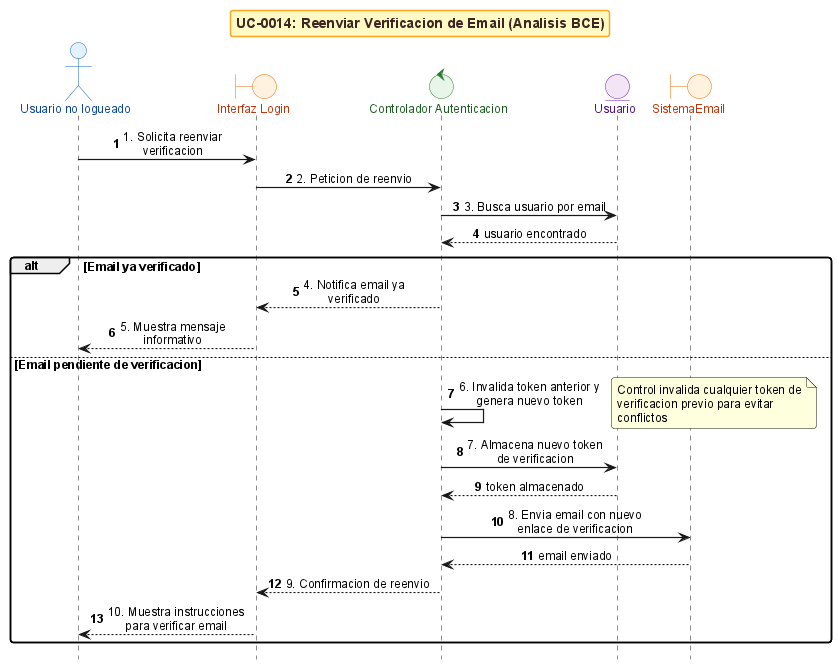
The PlantUML diagram anexos/diagramas/seq-bce-uc0014-resend-verification.png in ErDeivih/DocumentChain, before a commit.
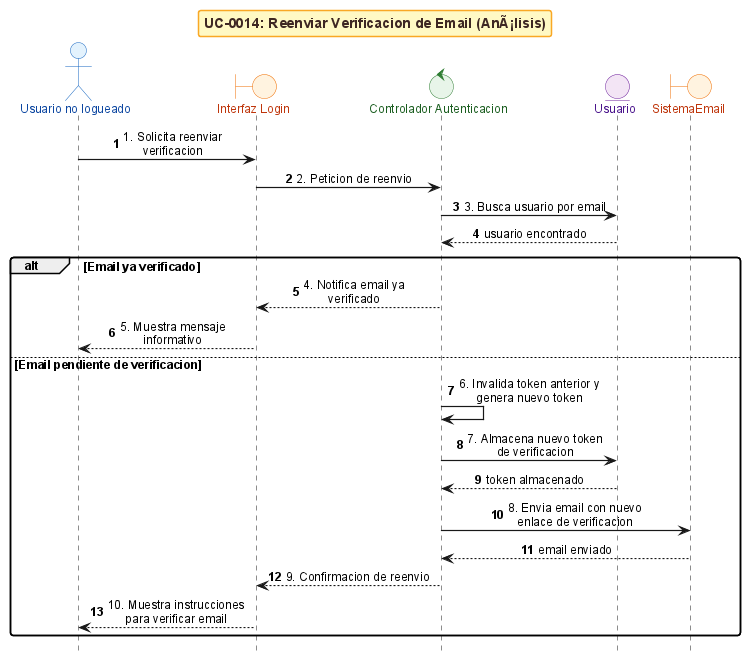
Later version of the same file.

Change to the diagram source:
```diff
@@ -1,7 +1,7 @@
 @startuml
 !include _sequence-bce-style.puml
 
-title UC-0014: Reenviar Verificacion de Email (Analisis BCE)
+title UC-0014: Reenviar Verificacion de Email (AnÃ¡lisis)
 
 actor "Usuario no logueado" as Actor
 boundary "Interfaz Login" as BF
@@ -20,7 +20,6 @@
   BF --> Actor : 5. Muestra mensaje informativo
 else Email pendiente de verificacion
   CG -> CG : 6. Invalida token anterior y genera nuevo token
-  note right : Control invalida cualquier token de verificacion previo para evitar conflictos
 
   CG -> EU : 7. Almacena nuevo token de verificacion
   EU --> CG : token almacenado
```
